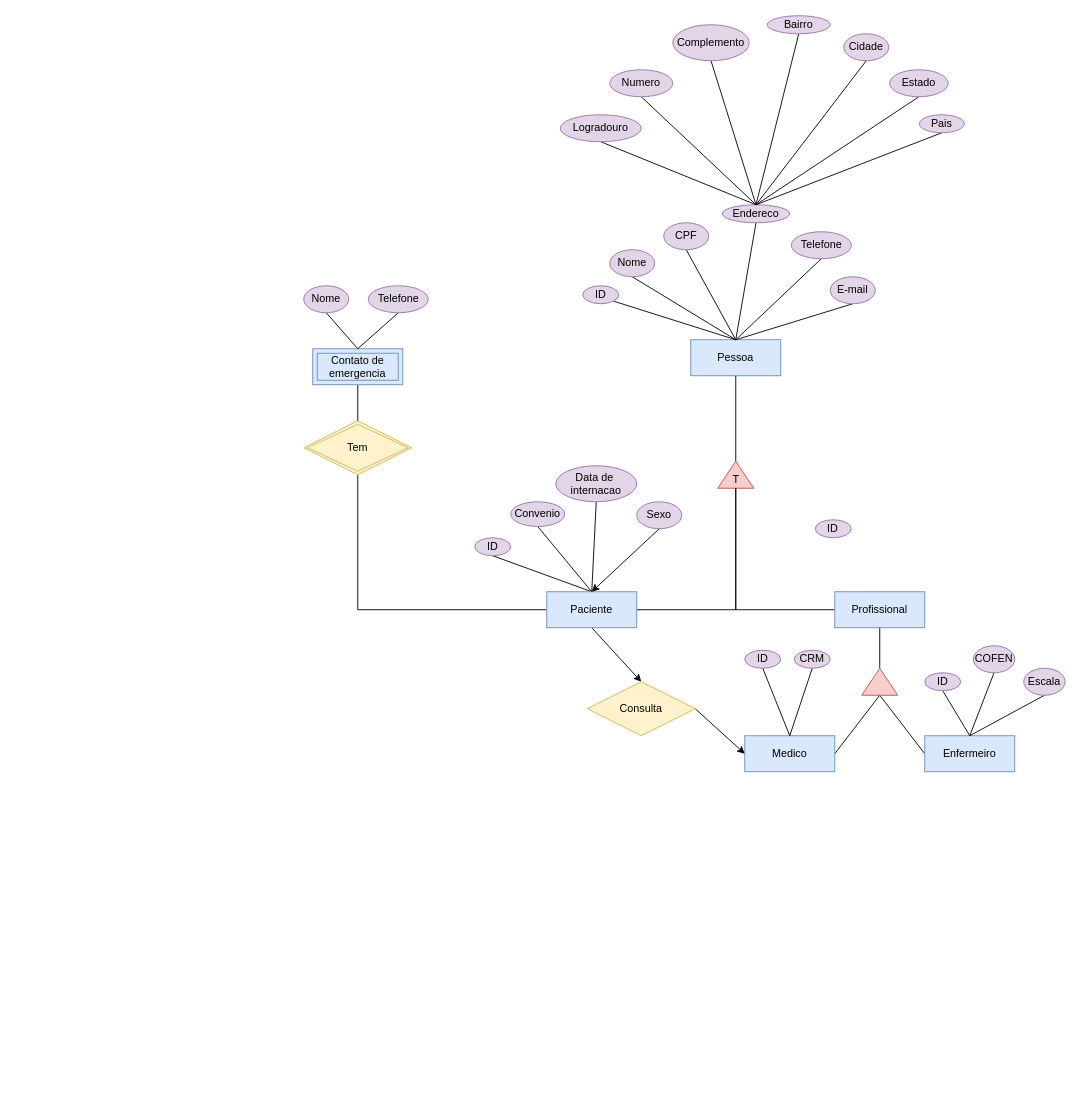
gkstaka/arquitetura_banco_dados keeps this draw.io diagram as Hospital basico.drawio. Above is the earlier version. Source tidied: cells renumbered, new cells numbered last; positions are measured from the earlier drawing's top-left corner, leaving out a move shared by most shapes. Both pictures are drawn from the tidied source at 90%, with x=0, y=0 at pixel (303, 15).
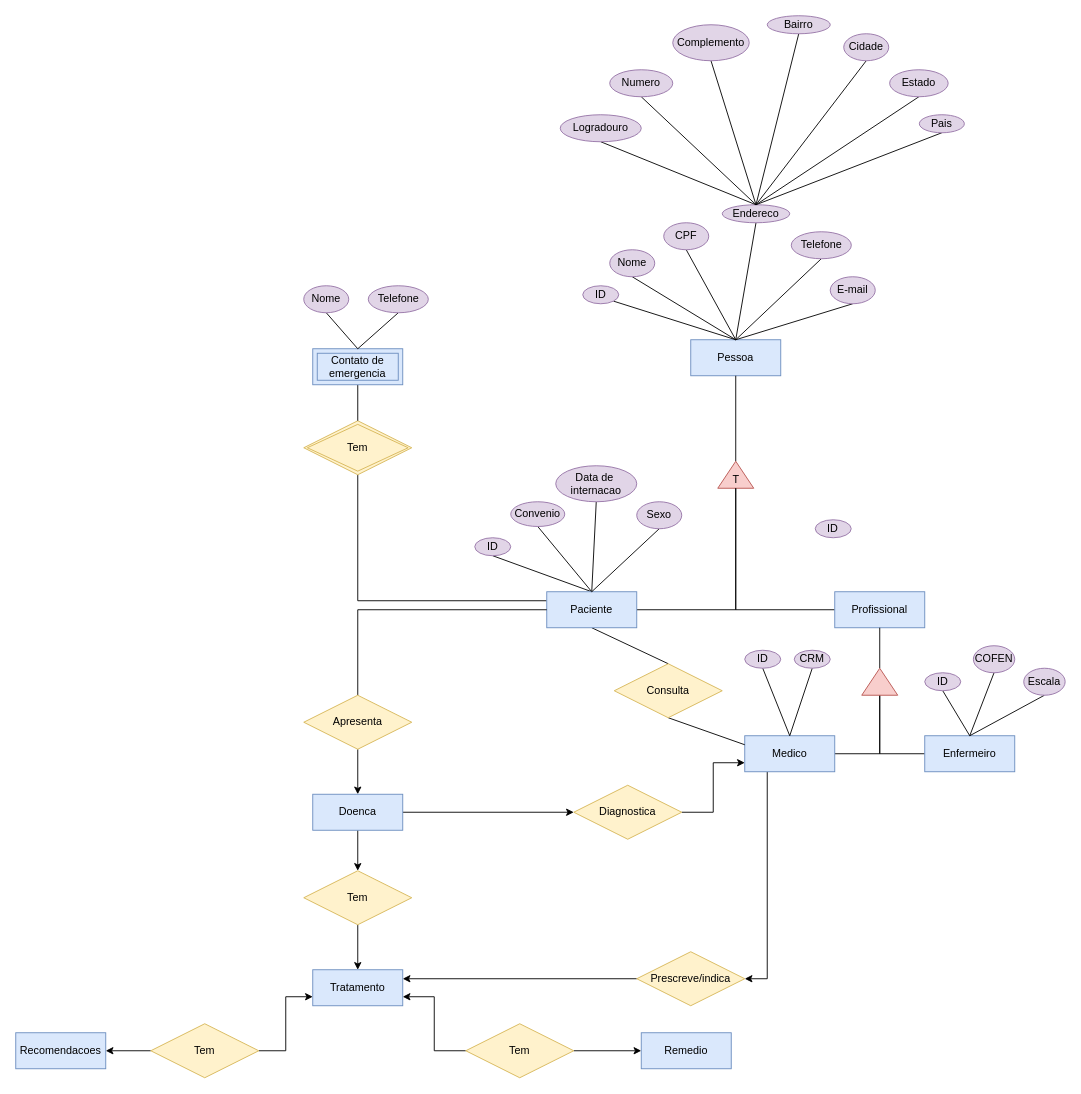
The same diagram, later.

The change refers to these unchanged cells:
```xml
<mxCell id="37" value="Tem" style="shape=rhombus;double=1;perimeter=rhombusPerimeter;whiteSpace=wrap;html=1;align=center;fillColor=#fff2cc;strokeColor=#d6b656;" parent="1" vertex="1">
  <mxGeometry y="450" width="120" height="60" as="geometry" />
</mxCell>
<mxCell id="46" value="Paciente" style="whiteSpace=wrap;html=1;align=center;fillColor=#dae8fc;strokeColor=#6c8ebf;" parent="1" vertex="1">
  <mxGeometry x="270" y="640" width="100" height="40" as="geometry" />
</mxCell>
<mxCell id="54" style="triangle;whiteSpace=wrap;html=1;rotation=-90;fillColor=#f8cecc;strokeColor=#b85450;" parent="1" vertex="1">
  <mxGeometry x="625" y="720" width="30" height="40" as="geometry" />
</mxCell>
<mxCell id="55" value="Medico" style="whiteSpace=wrap;html=1;align=center;fillColor=#dae8fc;strokeColor=#6c8ebf;" parent="1" vertex="1">
  <mxGeometry x="490" y="800" width="100" height="40" as="geometry" />
</mxCell>
<mxCell id="56" value="Enfermeiro" style="whiteSpace=wrap;html=1;align=center;fillColor=#dae8fc;strokeColor=#6c8ebf;" parent="1" vertex="1">
  <mxGeometry x="690" y="800" width="100" height="40" as="geometry" />
</mxCell>
<mxCell id="64" value="Sexo" style="ellipse;whiteSpace=wrap;html=1;align=center;fillColor=#e1d5e7;strokeColor=#9673a6;" parent="1" vertex="1">
  <mxGeometry x="370" y="540" width="50" height="30" as="geometry" />
</mxCell>
```

Diff of the diagram source:
```diff
@@
-    <mxCell id="36" style="edgeStyle=orthogonalEdgeStyle;rounded=0;jettySize=auto;html=1;exitX=0.5;exitY=1;exitDx=0;exitDy=0;entryX=0;entryY=0.5;entryDx=0;entryDy=0;endArrow=none;endFill=0;" parent="1" edge="1" source="37" target="46">
+    <mxCell id="36" style="edgeStyle=orthogonalEdgeStyle;rounded=0;jettySize=auto;html=1;exitX=0.5;exitY=1;exitDx=0;exitDy=0;entryX=0;entryY=0.25;entryDx=0;entryDy=0;endArrow=none;endFill=0;" parent="1" edge="1" source="37" target="46">
       <mxGeometry relative="1" as="geometry" />
     </mxCell>
@@
-    <mxCell id="45" style="edgeStyle=none;rounded=0;jettySize=auto;html=1;exitX=0.5;exitY=1;exitDx=0;exitDy=0;entryX=0.5;entryY=0;entryDx=0;entryDy=0;" parent="1" edge="1" source="46" target="58">
+    <mxCell id="45" style="edgeStyle=none;rounded=0;jettySize=auto;html=1;exitX=0.5;exitY=1;exitDx=0;exitDy=0;entryX=0.5;entryY=0;entryDx=0;entryDy=0;endArrow=none;endFill=0;" parent="1" edge="1" source="46" target="58">
       <mxGeometry relative="1" as="geometry" />
     </mxCell>
@@
-    <mxCell id="52" style="edgeStyle=none;rounded=0;jettySize=auto;html=1;exitX=0;exitY=0.5;exitDx=0;exitDy=0;entryX=1;entryY=0.5;entryDx=0;entryDy=0;endArrow=none;endFill=0;" parent="1" edge="1" source="54" target="55">
+    <mxCell id="52" style="edgeStyle=orthogonalEdgeStyle;rounded=0;jettySize=auto;html=1;exitX=0;exitY=0.5;exitDx=0;exitDy=0;entryX=1;entryY=0.5;entryDx=0;entryDy=0;endArrow=none;endFill=0;" parent="1" edge="1" source="54" target="55">
       <mxGeometry relative="1" as="geometry" />
     </mxCell>
-    <mxCell id="53" style="edgeStyle=none;rounded=0;jettySize=auto;html=1;exitX=0;exitY=0.5;exitDx=0;exitDy=0;entryX=0;entryY=0.5;entryDx=0;entryDy=0;endArrow=none;endFill=0;" parent="1" edge="1" source="54" target="56">
+    <mxCell id="53" style="edgeStyle=orthogonalEdgeStyle;rounded=0;jettySize=auto;html=1;exitX=0;exitY=0.5;exitDx=0;exitDy=0;entryX=0;entryY=0.5;entryDx=0;entryDy=0;endArrow=none;endFill=0;" parent="1" edge="1" source="54" target="56">
       <mxGeometry relative="1" as="geometry" />
     </mxCell>
@@
+    <mxCell id="72" style="edgeStyle=orthogonalEdgeStyle;rounded=0;jettySize=auto;html=1;exitX=0.25;exitY=1;exitDx=0;exitDy=0;entryX=1;entryY=0.5;entryDx=0;entryDy=0;" parent="1" edge="1" source="55" target="93">
+      <mxGeometry relative="1" as="geometry" />
+    </mxCell>
@@
-    <mxCell id="57" style="edgeStyle=none;rounded=0;jettySize=auto;html=1;exitX=1;exitY=0.5;exitDx=0;exitDy=0;entryX=0;entryY=0.5;entryDx=0;entryDy=0;" parent="1" edge="1" source="58" target="55">
+    <mxCell id="57" style="edgeStyle=none;rounded=0;jettySize=auto;html=1;exitX=0.5;exitY=1;exitDx=0;exitDy=0;entryX=0;entryY=0.25;entryDx=0;entryDy=0;endArrow=none;endFill=0;" parent="1" edge="1" source="58" target="55">
       <mxGeometry relative="1" as="geometry" />
     </mxCell>
     <mxCell id="58" value="Consulta" style="shape=rhombus;perimeter=rhombusPerimeter;whiteSpace=wrap;html=1;align=center;fillColor=#fff2cc;strokeColor=#d6b656;" parent="1" vertex="1">
-      <mxGeometry x="315" y="740" width="120" height="60" as="geometry" />
+      <mxGeometry x="345" y="720" width="120" height="60" as="geometry" />
     </mxCell>
@@
-    <mxCell id="63" style="edgeStyle=none;rounded=0;jettySize=auto;html=1;exitX=0.5;exitY=1;exitDx=0;exitDy=0;entryX=0.5;entryY=0;entryDx=0;entryDy=0;" parent="1" edge="1" source="64" target="46">
+    <mxCell id="63" style="edgeStyle=none;rounded=0;jettySize=auto;html=1;exitX=0.5;exitY=1;exitDx=0;exitDy=0;entryX=0.5;entryY=0;entryDx=0;entryDy=0;endArrow=none;endFill=0;" parent="1" edge="1" source="64" target="46">
       <mxGeometry relative="1" as="geometry" />
     </mxCell>
@@
+    <mxCell id="73" style="edgeStyle=orthogonalEdgeStyle;rounded=0;jettySize=auto;html=1;exitX=0.5;exitY=0;exitDx=0;exitDy=0;entryX=0;entryY=0.5;entryDx=0;entryDy=0;endArrow=none;endFill=0;" parent="1" edge="1" source="75" target="46">
+      <mxGeometry relative="1" as="geometry" />
+    </mxCell>
+    <mxCell id="74" style="edgeStyle=orthogonalEdgeStyle;rounded=0;jettySize=auto;html=1;exitX=0.5;exitY=1;exitDx=0;exitDy=0;entryX=0.5;entryY=0;entryDx=0;entryDy=0;" parent="1" edge="1" source="75" target="78">
+      <mxGeometry relative="1" as="geometry" />
+    </mxCell>
+    <mxCell id="75" value="Apresenta" style="shape=rhombus;perimeter=rhombusPerimeter;whiteSpace=wrap;html=1;align=center;fillColor=#fff2cc;strokeColor=#d6b656;" parent="1" vertex="1">
+      <mxGeometry y="755" width="120" height="60" as="geometry" />
+    </mxCell>
+    <mxCell id="76" style="edgeStyle=orthogonalEdgeStyle;rounded=0;jettySize=auto;html=1;exitX=0.5;exitY=1;exitDx=0;exitDy=0;entryX=0.5;entryY=0;entryDx=0;entryDy=0;" parent="1" edge="1" source="78" target="80">
+      <mxGeometry relative="1" as="geometry" />
+    </mxCell>
+    <mxCell id="77" style="edgeStyle=orthogonalEdgeStyle;rounded=0;jettySize=auto;html=1;exitX=1;exitY=0.5;exitDx=0;exitDy=0;" parent="1" edge="1" source="78" target="83">
+      <mxGeometry relative="1" as="geometry" />
+    </mxCell>
+    <mxCell id="78" value="Doenca" style="whiteSpace=wrap;html=1;align=center;fillColor=#dae8fc;strokeColor=#6c8ebf;" parent="1" vertex="1">
+      <mxGeometry x="10" y="865" width="100" height="40" as="geometry" />
+    </mxCell>
+    <mxCell id="79" style="edgeStyle=orthogonalEdgeStyle;rounded=0;jettySize=auto;html=1;exitX=0.5;exitY=1;exitDx=0;exitDy=0;entryX=0.5;entryY=0;entryDx=0;entryDy=0;" parent="1" edge="1" source="80" target="81">
+      <mxGeometry relative="1" as="geometry" />
+    </mxCell>
+    <mxCell id="80" value="Tem" style="shape=rhombus;perimeter=rhombusPerimeter;whiteSpace=wrap;html=1;align=center;fillColor=#fff2cc;strokeColor=#d6b656;" parent="1" vertex="1">
+      <mxGeometry y="950" width="120" height="60" as="geometry" />
+    </mxCell>
+    <mxCell id="81" value="Tratamento" style="whiteSpace=wrap;html=1;align=center;fillColor=#dae8fc;strokeColor=#6c8ebf;" parent="1" vertex="1">
+      <mxGeometry x="10" y="1060" width="100" height="40" as="geometry" />
+    </mxCell>
+    <mxCell id="82" style="edgeStyle=orthogonalEdgeStyle;rounded=0;jettySize=auto;html=1;exitX=1;exitY=0.5;exitDx=0;exitDy=0;entryX=0;entryY=0.75;entryDx=0;entryDy=0;" parent="1" edge="1" source="83" target="55">
+      <mxGeometry relative="1" as="geometry" />
+    </mxCell>
+    <mxCell id="83" value="Diagnostica" style="shape=rhombus;perimeter=rhombusPerimeter;whiteSpace=wrap;html=1;align=center;fillColor=#fff2cc;strokeColor=#d6b656;" parent="1" vertex="1">
+      <mxGeometry x="300" y="855" width="120" height="60" as="geometry" />
+    </mxCell>
+    <mxCell id="84" value="Remedio" style="whiteSpace=wrap;html=1;align=center;fillColor=#dae8fc;strokeColor=#6c8ebf;" parent="1" vertex="1">
+      <mxGeometry x="375" y="1130" width="100" height="40" as="geometry" />
+    </mxCell>
+    <mxCell id="85" value="Recomendacoes" style="whiteSpace=wrap;html=1;align=center;fillColor=#dae8fc;strokeColor=#6c8ebf;" parent="1" vertex="1">
+      <mxGeometry x="-320" y="1130" width="100" height="40" as="geometry" />
+    </mxCell>
+    <mxCell id="86" style="edgeStyle=orthogonalEdgeStyle;rounded=0;jettySize=auto;html=1;exitX=0;exitY=0.5;exitDx=0;exitDy=0;entryX=1;entryY=0.75;entryDx=0;entryDy=0;" parent="1" edge="1" source="88" target="81">
+      <mxGeometry relative="1" as="geometry" />
+    </mxCell>
+    <mxCell id="87" style="edgeStyle=orthogonalEdgeStyle;rounded=0;jettySize=auto;html=1;exitX=1;exitY=0.5;exitDx=0;exitDy=0;" parent="1" edge="1" source="88" target="84">
+      <mxGeometry relative="1" as="geometry" />
+    </mxCell>
+    <mxCell id="88" value="Tem" style="shape=rhombus;perimeter=rhombusPerimeter;whiteSpace=wrap;html=1;align=center;fillColor=#fff2cc;strokeColor=#d6b656;" parent="1" vertex="1">
+      <mxGeometry x="180" y="1120" width="120" height="60" as="geometry" />
+    </mxCell>
+    <mxCell id="89" style="edgeStyle=orthogonalEdgeStyle;rounded=0;jettySize=auto;html=1;exitX=1;exitY=0.5;exitDx=0;exitDy=0;entryX=0;entryY=0.75;entryDx=0;entryDy=0;" parent="1" edge="1" source="91" target="81">
+      <mxGeometry relative="1" as="geometry" />
+    </mxCell>
+    <mxCell id="90" style="edgeStyle=orthogonalEdgeStyle;rounded=0;jettySize=auto;html=1;exitX=0;exitY=0.5;exitDx=0;exitDy=0;entryX=1;entryY=0.5;entryDx=0;entryDy=0;" parent="1" edge="1" source="91" target="85">
+      <mxGeometry relative="1" as="geometry" />
+    </mxCell>
+    <mxCell id="91" value="Tem" style="shape=rhombus;perimeter=rhombusPerimeter;whiteSpace=wrap;html=1;align=center;fillColor=#fff2cc;strokeColor=#d6b656;" parent="1" vertex="1">
+      <mxGeometry x="-170" y="1120" width="120" height="60" as="geometry" />
+    </mxCell>
+    <mxCell id="92" style="edgeStyle=orthogonalEdgeStyle;rounded=0;jettySize=auto;html=1;exitX=0;exitY=0.5;exitDx=0;exitDy=0;entryX=1;entryY=0.25;entryDx=0;entryDy=0;" parent="1" edge="1" source="93" target="81">
+      <mxGeometry relative="1" as="geometry" />
+    </mxCell>
+    <mxCell id="93" value="Prescreve/indica" style="shape=rhombus;perimeter=rhombusPerimeter;whiteSpace=wrap;html=1;align=center;fillColor=#fff2cc;strokeColor=#d6b656;" parent="1" vertex="1">
+      <mxGeometry x="370" y="1040" width="120" height="60" as="geometry" />
+    </mxCell>
```
